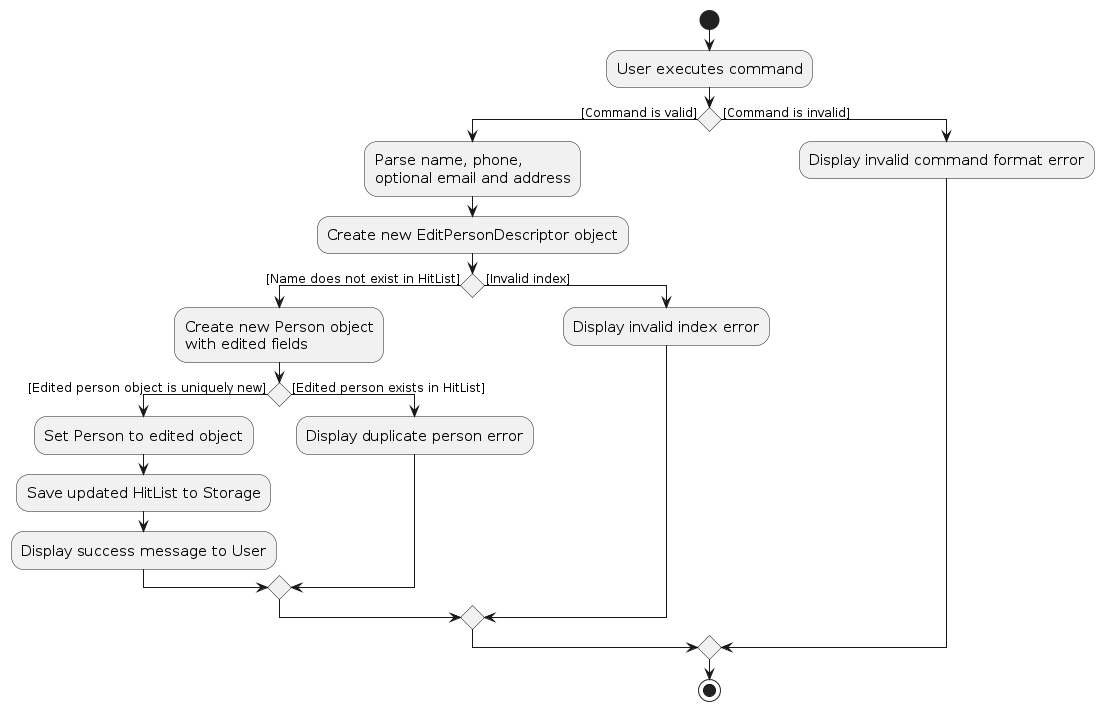
This is diagrams/edit-person/PersonEditActivityDiagram.png from AY2526S2-CS2103T-W11-2/tp, a PlantUML export, as it was before one commit. Its source is kept beside it as diagrams/edit-person/PersonEditActivityDiagram.puml. Source of this version:
```plantuml
@startuml
skinparam ActivityFontSize 15
skinparam ArrowFontSize 12

start
:User executes command;

if () then ([Command is valid])
  :Parse name, phone,\noptional email and address;
  :Create new EditPersonDescriptor object;
  if () then ([Name does not exist in HitList])
    :Create new Person object\nwith edited fields;
    if () then ([Edited person object is uniquely new])
      :Set Person to edited object;
      :Save updated HitList to Storage;
      :Display success message to User;
    else ([Edited person exists in HitList])
      :Display duplicate person error;
    endif
  else ([Invalid index])
    :Display invalid index error;
  endif
else ([Command is invalid])
  :Display invalid command format error;
endif

stop
@enduml
```
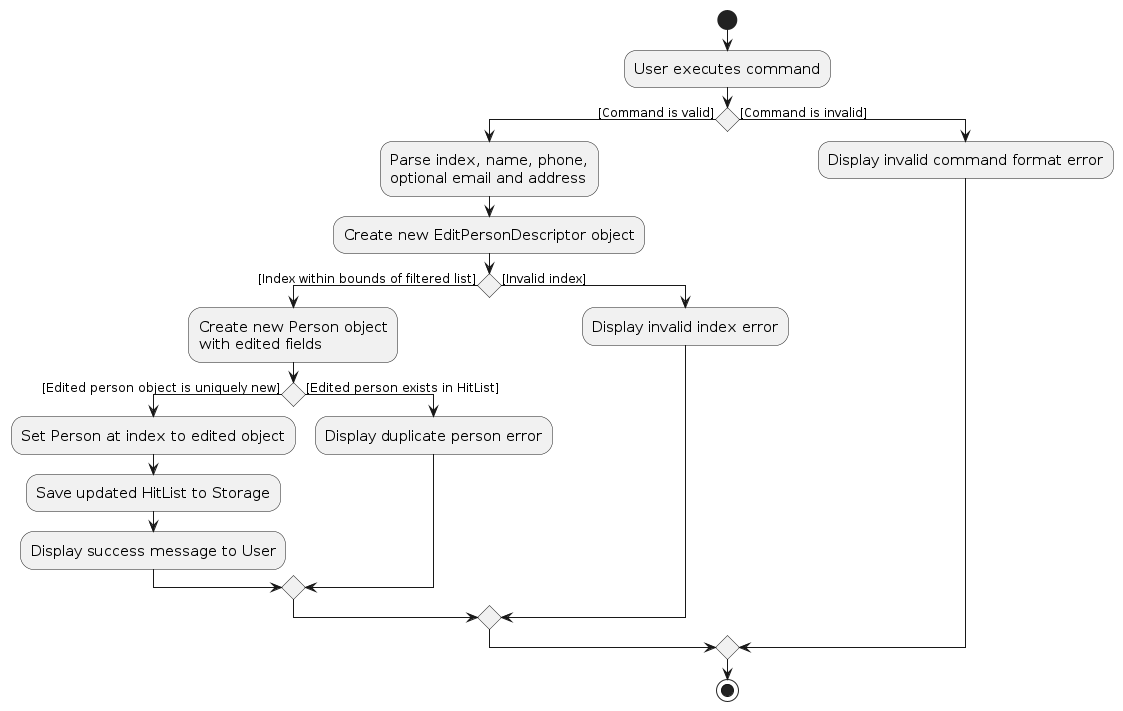
The same diagram one commit later.

What changed in the source:
```diff
@@ -6,12 +6,12 @@
 :User executes command;
 
 if () then ([Command is valid])
-  :Parse name, phone,\noptional email and address;
+  :Parse index, name, phone,\noptional email and address;
   :Create new EditPersonDescriptor object;
-  if () then ([Name does not exist in HitList])
+  if () then ([Index within bounds of filtered list])
     :Create new Person object\nwith edited fields;
     if () then ([Edited person object is uniquely new])
-      :Set Person to edited object;
+      :Set Person at index to edited object;
       :Save updated HitList to Storage;
       :Display success message to User;
     else ([Edited person exists in HitList])
```
